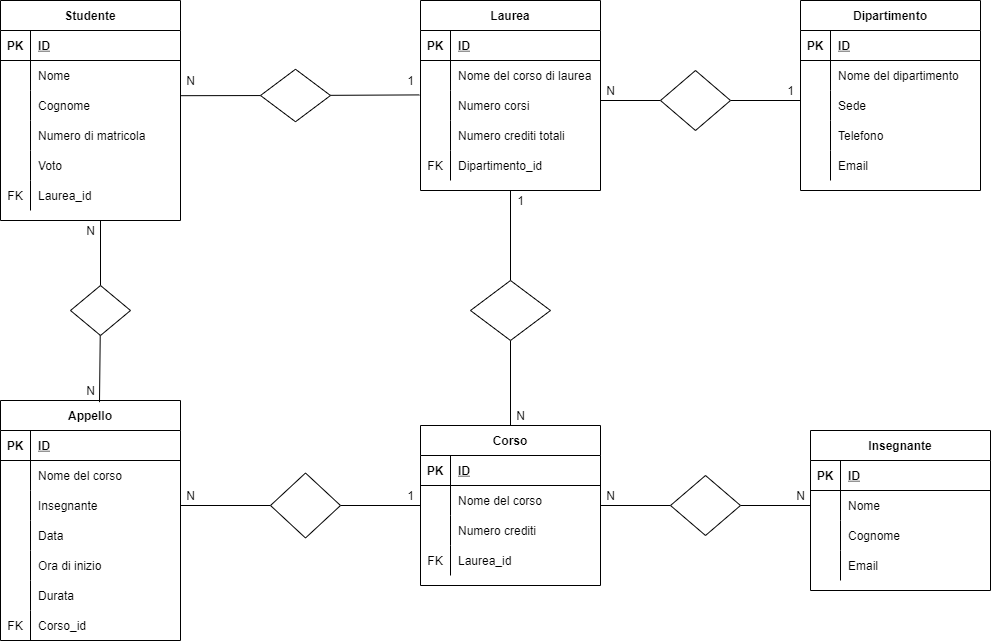
The draw.io diagram Università.png in FrancescaPompi/db-university, before a commit. Source tidied: cells renumbered, new cells last; positions are measured from the earlier drawing's top-left corner, leaving out a move shared by most shapes.
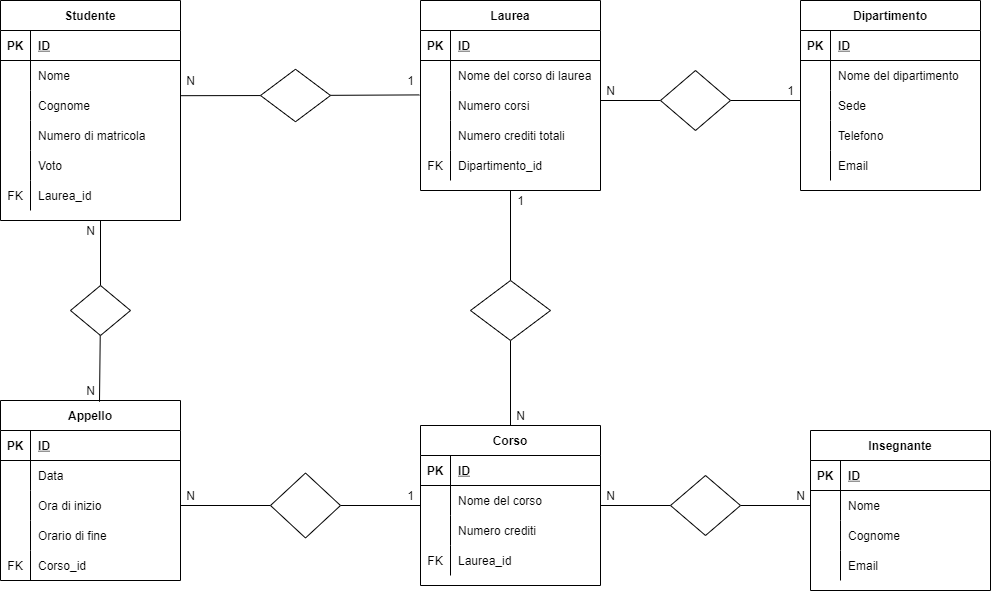
After the change.

Commit message:
Modifica Appello

The edit, as a diff of the source:
```diff
@@ -228,7 +228,7 @@
       <mxGeometry x="790" y="485" width="20" height="20" as="geometry" />
     </mxCell>
     <mxCell id="75" value="Appello" style="shape=table;startSize=30;rowLines=0;fontStyle=1;align=center;" parent="1" vertex="1">
-      <mxGeometry y="400" width="180" height="240" as="geometry" />
+      <mxGeometry y="400" width="180" height="180" as="geometry" />
     </mxCell>
     <mxCell id="76" style="shape=partialRectangle;fillColor=none;top=0;left=0;bottom=1;right=0;" parent="75" vertex="1">
       <mxGeometry y="30" width="180" height="30" as="geometry" />
@@ -239,26 +239,8 @@
     <mxCell id="78" value="ID" style="shape=partialRectangle;fillColor=none;top=0;left=0;bottom=0;right=0;align=left;spacingLeft=6;fontStyle=5;overflow=hidden;" parent="76" vertex="1">
       <mxGeometry x="30" width="150" height="30" as="geometry" />
     </mxCell>
-    <mxCell id="79" style="shape=partialRectangle;fillColor=none;top=0;left=0;bottom=0;right=0;" parent="75" vertex="1">
-      <mxGeometry y="60" width="180" height="30" as="geometry" />
-    </mxCell>
-    <mxCell id="80" style="shape=partialRectangle;fillColor=none;top=0;left=0;bottom=0;right=0;overflow=hidden;" parent="79" vertex="1">
-      <mxGeometry width="30" height="30" as="geometry" />
-    </mxCell>
-    <mxCell id="81" value="Nome del corso" style="shape=partialRectangle;fillColor=none;top=0;left=0;bottom=0;right=0;align=left;spacingLeft=6;overflow=hidden;" parent="79" vertex="1">
-      <mxGeometry x="30" width="150" height="30" as="geometry" />
-    </mxCell>
-    <mxCell id="82" style="shape=partialRectangle;fillColor=none;top=0;left=0;bottom=0;right=0;" parent="75" vertex="1">
-      <mxGeometry y="90" width="180" height="30" as="geometry" />
-    </mxCell>
-    <mxCell id="83" style="shape=partialRectangle;fillColor=none;top=0;left=0;bottom=0;right=0;overflow=hidden;" parent="82" vertex="1">
-      <mxGeometry width="30" height="30" as="geometry" />
-    </mxCell>
-    <mxCell id="84" value="Insegnante" style="shape=partialRectangle;fillColor=none;top=0;left=0;bottom=0;right=0;align=left;spacingLeft=6;overflow=hidden;" parent="82" vertex="1">
-      <mxGeometry x="30" width="150" height="30" as="geometry" />
-    </mxCell>
     <mxCell id="85" style="shape=partialRectangle;fillColor=none;top=0;left=0;bottom=0;right=0;" parent="75" vertex="1">
-      <mxGeometry y="120" width="180" height="30" as="geometry" />
+      <mxGeometry y="60" width="180" height="30" as="geometry" />
     </mxCell>
     <mxCell id="86" style="shape=partialRectangle;fillColor=none;top=0;left=0;bottom=0;right=0;overflow=hidden;" parent="85" vertex="1">
       <mxGeometry width="30" height="30" as="geometry" />
@@ -267,7 +249,7 @@
       <mxGeometry x="30" width="150" height="30" as="geometry" />
     </mxCell>
     <mxCell id="88" style="shape=partialRectangle;fillColor=none;top=0;left=0;bottom=0;right=0;" parent="75" vertex="1">
-      <mxGeometry y="150" width="180" height="30" as="geometry" />
+      <mxGeometry y="90" width="180" height="30" as="geometry" />
     </mxCell>
     <mxCell id="89" style="shape=partialRectangle;fillColor=none;top=0;left=0;bottom=0;right=0;overflow=hidden;" parent="88" vertex="1">
       <mxGeometry width="30" height="30" as="geometry" />
@@ -276,16 +258,16 @@
       <mxGeometry x="30" width="150" height="30" as="geometry" />
     </mxCell>
     <mxCell id="91" style="shape=partialRectangle;fillColor=none;top=0;left=0;bottom=0;right=0;" parent="75" vertex="1">
-      <mxGeometry y="180" width="180" height="30" as="geometry" />
+      <mxGeometry y="120" width="180" height="30" as="geometry" />
     </mxCell>
     <mxCell id="92" style="shape=partialRectangle;fillColor=none;top=0;left=0;bottom=0;right=0;overflow=hidden;" parent="91" vertex="1">
       <mxGeometry width="30" height="30" as="geometry" />
     </mxCell>
-    <mxCell id="93" value="Durata" style="shape=partialRectangle;fillColor=none;top=0;left=0;bottom=0;right=0;align=left;spacingLeft=6;overflow=hidden;" parent="91" vertex="1">
+    <mxCell id="93" value="Orario di fine" style="shape=partialRectangle;fillColor=none;top=0;left=0;bottom=0;right=0;align=left;spacingLeft=6;overflow=hidden;" parent="91" vertex="1">
       <mxGeometry x="30" width="150" height="30" as="geometry" />
     </mxCell>
     <mxCell id="94" style="shape=partialRectangle;fillColor=none;top=0;left=0;bottom=0;right=0;" parent="75" vertex="1">
-      <mxGeometry y="210" width="180" height="30" as="geometry" />
+      <mxGeometry y="150" width="180" height="30" as="geometry" />
     </mxCell>
     <mxCell id="95" value="FK" style="shape=partialRectangle;fillColor=none;top=0;left=0;bottom=0;right=0;overflow=hidden;" parent="94" vertex="1">
       <mxGeometry width="30" height="30" as="geometry" />
```
